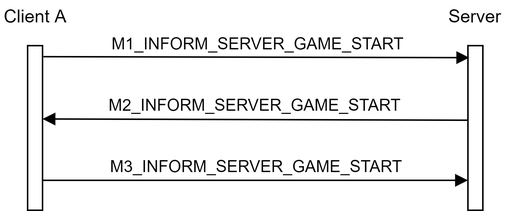
The draw.io diagram documents/protocol_diagrams/cs_start.png in marcopettorali/cybersec, before a commit. Source tidied: cells renumbered, new cells last; positions are measured from the earlier drawing's top-left corner, leaving out a move shared by most shapes.
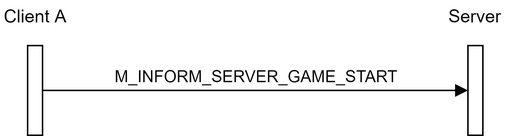
The same file after the commit.

The edit, as a diff of the source:
```diff
@@ -3,30 +3,19 @@
     <mxCell id="0" />
     <mxCell id="1" parent="0" />
     <mxCell id="2" style="rounded=0;whiteSpace=wrap;html=1;" parent="1" vertex="1">
-      <mxGeometry x="18" y="30" width="10" height="110" as="geometry" />
+      <mxGeometry x="18" y="30" width="10" height="60" as="geometry" />
     </mxCell>
     <mxCell id="3" value="Client A" style="text;html=1;strokeColor=none;fillColor=none;align=center;verticalAlign=middle;whiteSpace=wrap;rounded=0;" parent="1" vertex="1">
       <mxGeometry x="0.5" width="45" height="20" as="geometry" />
     </mxCell>
     <mxCell id="4" style="rounded=0;whiteSpace=wrap;html=1;" parent="1" vertex="1">
-      <mxGeometry x="313" y="30" width="10" height="110" as="geometry" />
+      <mxGeometry x="313" y="30" width="10" height="60" as="geometry" />
     </mxCell>
     <mxCell id="5" value="Server" style="text;html=1;strokeColor=none;fillColor=none;align=center;verticalAlign=middle;whiteSpace=wrap;rounded=0;" parent="1" vertex="1">
       <mxGeometry x="298" width="40" height="20" as="geometry" />
     </mxCell>
-    <mxCell id="6" value="M1_INFORM_SERVER_GAME_START" style="html=1;verticalAlign=bottom;endArrow=block;exitX=1.062;exitY=0.067;exitDx=0;exitDy=0;entryX=0.086;entryY=0.073;entryDx=0;entryDy=0;entryPerimeter=0;exitPerimeter=0;" parent="1" edge="1" source="2" target="4">
+    <mxCell id="6" value="M_INFORM_SERVER_GAME_START" style="html=1;verticalAlign=bottom;endArrow=block;exitX=1;exitY=0.5;exitDx=0;exitDy=0;entryX=0;entryY=0.5;entryDx=0;entryDy=0;" parent="1" edge="1" source="2" target="4">
       <mxGeometry relative="1" as="geometry" />
     </mxCell>
-    <mxCell id="7" value="M2_INFORM_SERVER_GAME_START" style="html=1;verticalAlign=bottom;endArrow=block;exitX=0.014;exitY=0.453;exitDx=0;exitDy=0;exitPerimeter=0;" parent="1" edge="1" source="4">
-      <mxGeometry relative="1" as="geometry">
-        <mxPoint x="28" y="79" as="targetPoint" />
-      </mxGeometry>
-    </mxCell>
-    <mxCell id="8" value="M3_INFORM_SERVER_GAME_START" style="html=1;verticalAlign=bottom;endArrow=block;exitX=1;exitY=0.25;exitDx=0;exitDy=0;entryX=0;entryY=0.25;entryDx=0;entryDy=0;" parent="1" edge="1">
-      <mxGeometry relative="1" as="geometry">
-        <mxPoint x="28" y="120" as="sourcePoint" />
-        <mxPoint x="313" y="120" as="targetPoint" />
-      </mxGeometry>
-    </mxCell>
   </root>
 </mxGraphModel>
```
